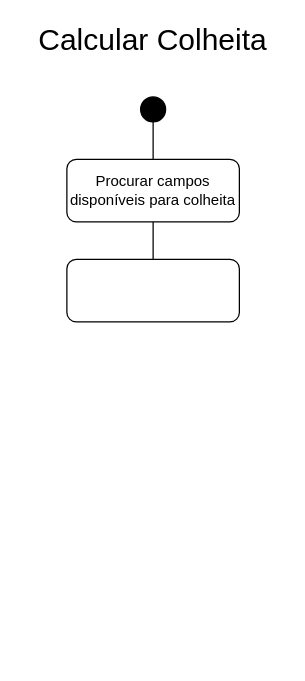
Before: Diagrama sem nome.drawio in Thiago163/api_sistema_trienal, a draw.io diagram. Source tidied: cells renumbered, new cells numbered last; positions are measured from the earlier drawing's top-left corner, leaving out a move shared by most shapes. Both pictures are drawn from the tidied source at 125%, with x=0, y=0 at pixel (21, 21).
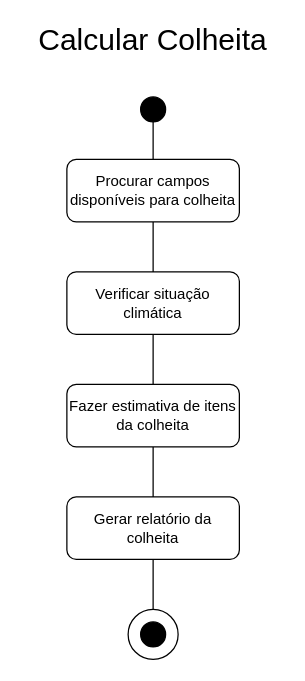
Above is the later version.

Change to the diagram source:
```diff
@@
 <mxGraphModel>
   <root>
     <mxCell id="0" />
     <mxCell id="1" parent="0" />
     <mxCell id="2" style="ellipse;whiteSpace=wrap;html=1;fillColor=#000000;" parent="1" vertex="1">
       <mxGeometry x="95" y="60" width="20" height="20" as="geometry" />
     </mxCell>
     <mxCell id="3" value="Procurar campos disponíveis para colheita" style="rounded=1;whiteSpace=wrap;html=1;" parent="1" vertex="1">
       <mxGeometry x="36" y="110" width="138" height="50" as="geometry" />
     </mxCell>
     <mxCell id="4" style="endArrow=none;html=1;rounded=0;entryX=0.5;entryY=1;entryDx=0;entryDy=0;exitX=0.5;exitY=0;exitDx=0;exitDy=0;" parent="1" edge="1" source="3" target="2">
       <mxGeometry relative="1" as="geometry" />
     </mxCell>
-    <mxCell id="5" style="rounded=1;whiteSpace=wrap;html=1;" parent="1" vertex="1">
-      <mxGeometry x="36" y="190" width="138" height="50" as="geometry" />
+    <mxCell id="5" value="Fazer estimativa de itens da colheita" style="rounded=1;whiteSpace=wrap;html=1;" parent="1" vertex="1">
+      <mxGeometry x="36" y="290" width="138" height="50" as="geometry" />
     </mxCell>
-    <mxCell id="6" style="endArrow=none;html=1;rounded=0;entryX=0.5;entryY=1;entryDx=0;entryDy=0;exitX=0.5;exitY=0;exitDx=0;exitDy=0;" parent="1" edge="1" source="5" target="3">
-      <mxGeometry relative="1" as="geometry" />
-    </mxCell>
     <mxCell id="7" value="&lt;font style=&quot;font-size: 24px;&quot;&gt;Calcular Colheita&lt;/font&gt;" style="text;html=1;strokeColor=none;fillColor=none;align=center;verticalAlign=middle;whiteSpace=wrap;rounded=0;" parent="1" vertex="1">
       <mxGeometry width="210" height="30" as="geometry" />
     </mxCell>
+    <mxCell id="8" value="Verificar situação climática" style="rounded=1;whiteSpace=wrap;html=1;" parent="1" vertex="1">
+      <mxGeometry x="36" y="200" width="138" height="50" as="geometry" />
+    </mxCell>
+    <mxCell id="9" style="endArrow=none;html=1;rounded=0;entryX=0.5;entryY=1;entryDx=0;entryDy=0;exitX=0.5;exitY=0;exitDx=0;exitDy=0;" parent="1" edge="1" source="8" target="3">
+      <mxGeometry relative="1" as="geometry" />
+    </mxCell>
+    <mxCell id="10" style="endArrow=none;html=1;rounded=0;entryX=0.5;entryY=1;entryDx=0;entryDy=0;exitX=0.5;exitY=0;exitDx=0;exitDy=0;" parent="1" edge="1" source="5" target="8">
+      <mxGeometry relative="1" as="geometry" />
+    </mxCell>
+    <mxCell id="11" value="Gerar relatório da colheita" style="rounded=1;whiteSpace=wrap;html=1;" parent="1" vertex="1">
+      <mxGeometry x="36" y="380" width="138" height="50" as="geometry" />
+    </mxCell>
+    <mxCell id="12" style="endArrow=none;html=1;rounded=0;entryX=0.5;entryY=1;entryDx=0;entryDy=0;exitX=0.5;exitY=0;exitDx=0;exitDy=0;" parent="1" edge="1" source="11" target="5">
+      <mxGeometry relative="1" as="geometry" />
+    </mxCell>
+    <mxCell id="13" style="ellipse;whiteSpace=wrap;html=1;" parent="1" vertex="1">
+      <mxGeometry x="85" y="470" width="40" height="40" as="geometry" />
+    </mxCell>
+    <mxCell id="14" style="ellipse;whiteSpace=wrap;html=1;fillColor=#000000;" parent="1" vertex="1">
+      <mxGeometry x="95" y="480" width="20" height="20" as="geometry" />
+    </mxCell>
+    <mxCell id="15" style="endArrow=none;html=1;rounded=0;entryX=0.5;entryY=1;entryDx=0;entryDy=0;exitX=0.5;exitY=0;exitDx=0;exitDy=0;" parent="1" edge="1" source="13" target="11">
+      <mxGeometry relative="1" as="geometry" />
+    </mxCell>
   </root>
 </mxGraphModel>
```
